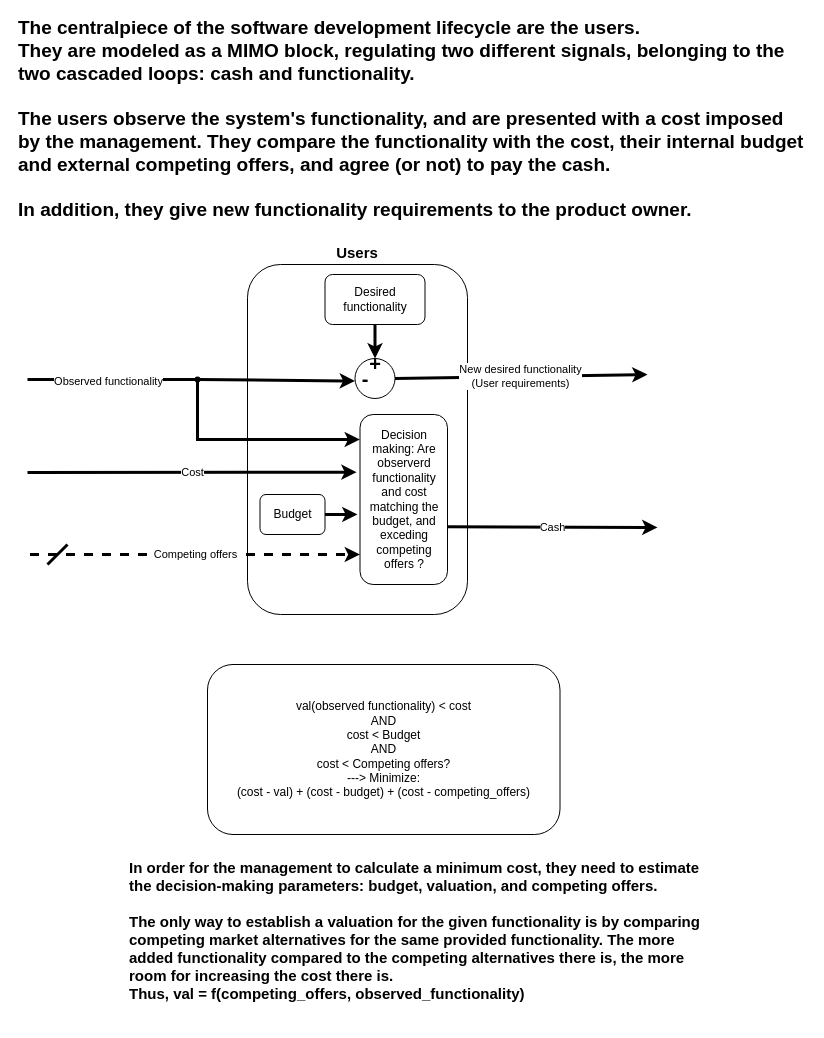
doruirimescu/papers keeps this draw.io diagram as page "USER" (2 of 2) of control-management/software-control-system.drawio. Above is the earlier version. Source tidied: cells renumbered, new cells numbered last; positions are measured from the earlier drawing's top-left corner, leaving out a move shared by most shapes. Both pictures are drawn from the tidied source at 100%, with x=0, y=0 at pixel (17, 104).
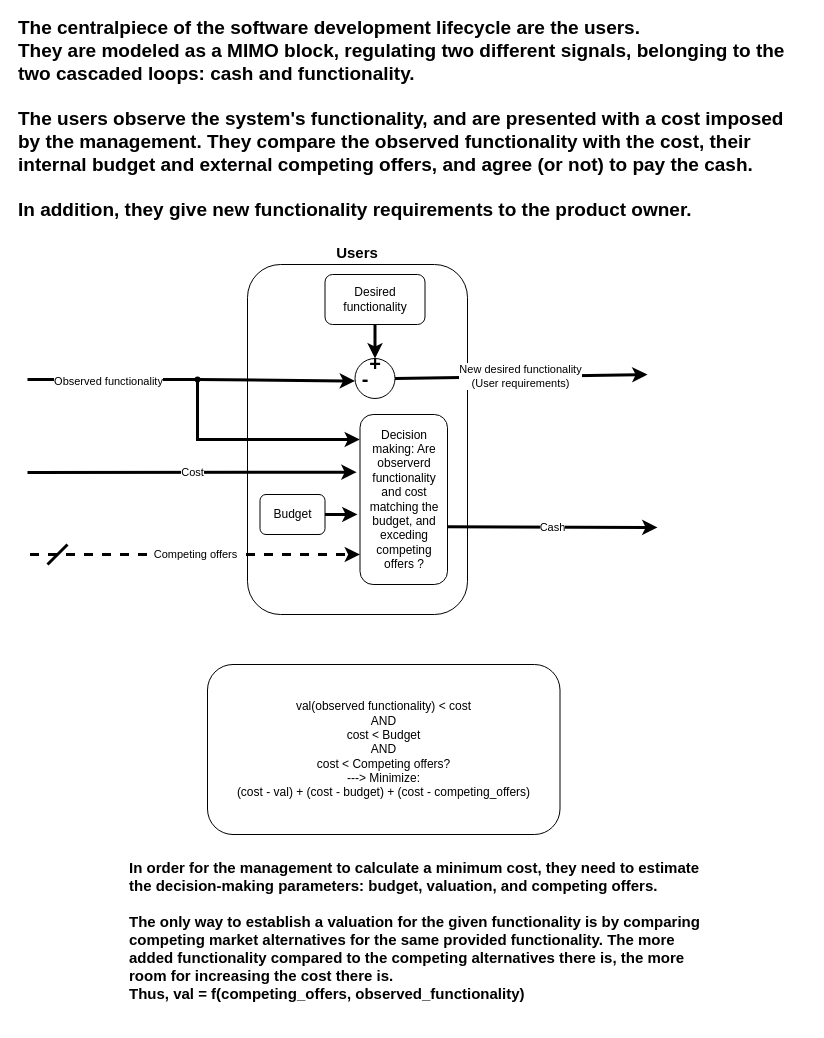
Above is the later version.

Diff of the diagram source:
```diff
@@
-    <mxCell id="7" value="&lt;div style=&quot;text-align: left; font-size: 19px;&quot;&gt;&lt;b style=&quot;background-color: initial;&quot;&gt;&lt;font style=&quot;font-size: 19px;&quot;&gt;The centralpiece of the software development lifecycle are the users.&lt;/font&gt;&lt;/b&gt;&lt;/div&gt;&lt;b style=&quot;font-size: 19px;&quot;&gt;&lt;font style=&quot;font-size: 19px;&quot;&gt;&lt;div style=&quot;text-align: left;&quot;&gt;&lt;b style=&quot;background-color: initial;&quot;&gt;They are modeled as a MIMO block, regulating two different signals, belonging to the two cascaded&amp;nbsp;&lt;/b&gt;&lt;b style=&quot;background-color: initial;&quot;&gt;loops: cash and functionality.&lt;/b&gt;&lt;/div&gt;&lt;div style=&quot;text-align: left;&quot;&gt;&lt;b style=&quot;background-color: initial;&quot;&gt;&lt;br&gt;&lt;/b&gt;&lt;/div&gt;&lt;div style=&quot;text-align: left;&quot;&gt;&lt;b style=&quot;background-color: initial;&quot;&gt;The users observe the system's functionality, and are presented with a cost imposed by the management. They compare the functionality with the cost, their internal budget and external competing offers, and agree (or not) to pay the cash.&lt;/b&gt;&lt;/div&gt;&lt;div style=&quot;text-align: left;&quot;&gt;&lt;b style=&quot;background-color: initial;&quot;&gt;&lt;br&gt;&lt;/b&gt;&lt;/div&gt;&lt;div style=&quot;text-align: left;&quot;&gt;&lt;b style=&quot;background-color: initial;&quot;&gt;In addition, they give new functionality requirements to the product owner.&lt;/b&gt;&lt;/div&gt;&lt;/font&gt;&lt;/b&gt;" style="text;html=1;strokeColor=none;fillColor=none;align=center;verticalAlign=middle;whiteSpace=wrap;rounded=0;" parent="1" vertex="1">
+    <mxCell id="7" value="&lt;div style=&quot;text-align: left; font-size: 19px;&quot;&gt;&lt;b style=&quot;background-color: initial;&quot;&gt;&lt;font style=&quot;font-size: 19px;&quot;&gt;The centralpiece of the software development lifecycle are the users.&lt;/font&gt;&lt;/b&gt;&lt;/div&gt;&lt;b style=&quot;font-size: 19px;&quot;&gt;&lt;font style=&quot;font-size: 19px;&quot;&gt;&lt;div style=&quot;text-align: left;&quot;&gt;&lt;b style=&quot;background-color: initial;&quot;&gt;They are modeled as a MIMO block, regulating two different signals, belonging to the two cascaded&amp;nbsp;&lt;/b&gt;&lt;b style=&quot;background-color: initial;&quot;&gt;loops: cash and functionality.&lt;/b&gt;&lt;/div&gt;&lt;div style=&quot;text-align: left;&quot;&gt;&lt;b style=&quot;background-color: initial;&quot;&gt;&lt;br&gt;&lt;/b&gt;&lt;/div&gt;&lt;div style=&quot;text-align: left;&quot;&gt;&lt;b style=&quot;background-color: initial;&quot;&gt;The users observe the system's functionality, and are presented with a cost imposed by the management. They compare the observed functionality with the cost, their internal budget and external competing offers, and agree (or not) to pay the cash.&lt;/b&gt;&lt;/div&gt;&lt;div style=&quot;text-align: left;&quot;&gt;&lt;b style=&quot;background-color: initial;&quot;&gt;&lt;br&gt;&lt;/b&gt;&lt;/div&gt;&lt;div style=&quot;text-align: left;&quot;&gt;&lt;b style=&quot;background-color: initial;&quot;&gt;In addition, they give new functionality requirements to the product owner.&lt;/b&gt;&lt;/div&gt;&lt;/font&gt;&lt;/b&gt;" style="text;html=1;strokeColor=none;fillColor=none;align=center;verticalAlign=middle;whiteSpace=wrap;rounded=0;" parent="1" vertex="1">
       <mxGeometry width="790" height="30" as="geometry" />
     </mxCell>
```
